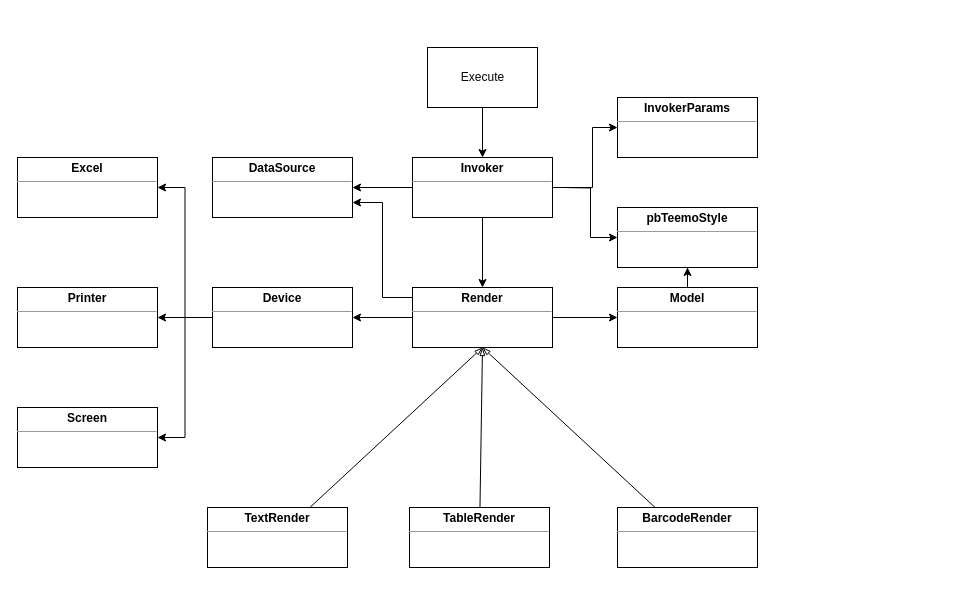
mashifei/uml keeps this draw.io diagram as page "Page-5" (5 of 5) of teemoactivex.drawio. Above is the earlier version. Source tidied: cells renumbered, new cells numbered last; positions are measured from the earlier drawing's top-left corner, leaving out a move shared by most shapes. Both pictures are drawn from the tidied source at 100%, with x=0, y=0 at pixel (17, 47).
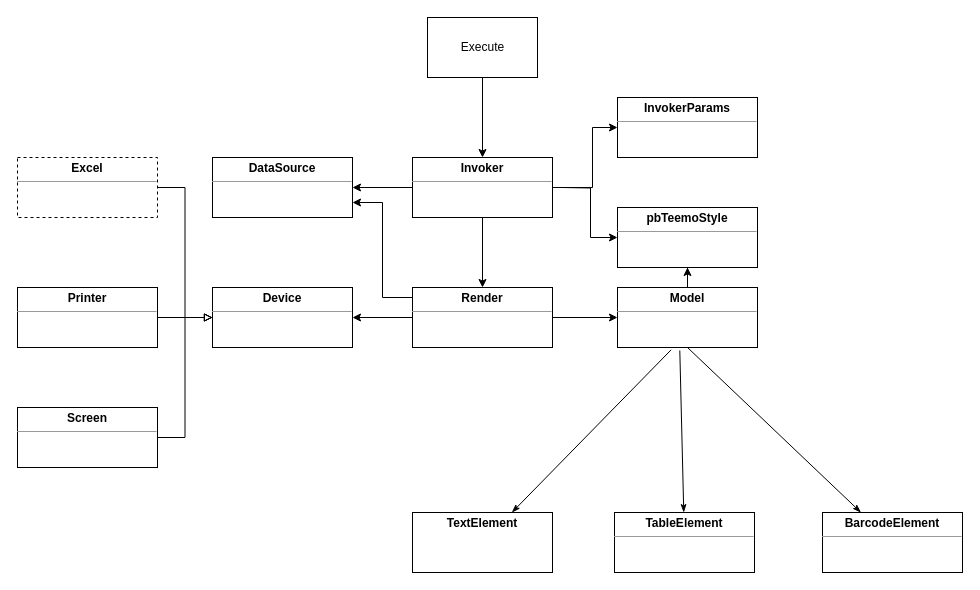
After the change.

Unchanged cells that the change refers to:
```xml
<mxCell id="13" value="&lt;p style=&quot;margin: 0px ; margin-top: 4px ; text-align: center&quot;&gt;&lt;b&gt;Render&lt;/b&gt;&lt;/p&gt;&lt;hr size=&quot;1&quot;&gt;&lt;div style=&quot;height: 2px&quot;&gt;&lt;/div&gt;" style="verticalAlign=top;align=left;overflow=fill;fontSize=12;fontFamily=Helvetica;html=1;" parent="1" vertex="1">
  <mxGeometry x="395" y="240" width="140" height="60" as="geometry" />
</mxCell>
<mxCell id="24" value="&lt;p style=&quot;margin: 0px ; margin-top: 4px ; text-align: center&quot;&gt;&lt;b&gt;Device&lt;/b&gt;&lt;/p&gt;&lt;hr size=&quot;1&quot;&gt;&lt;div style=&quot;height: 2px&quot;&gt;&lt;/div&gt;" style="verticalAlign=top;align=left;overflow=fill;fontSize=12;fontFamily=Helvetica;html=1;" parent="1" vertex="1">
  <mxGeometry x="195" y="240" width="140" height="60" as="geometry" />
</mxCell>
<mxCell id="26" value="&lt;p style=&quot;margin: 0px ; margin-top: 4px ; text-align: center&quot;&gt;&lt;b&gt;Model&lt;/b&gt;&lt;/p&gt;&lt;hr size=&quot;1&quot;&gt;&lt;div style=&quot;height: 2px&quot;&gt;&lt;/div&gt;" style="verticalAlign=top;align=left;overflow=fill;fontSize=12;fontFamily=Helvetica;html=1;" parent="1" vertex="1">
  <mxGeometry x="600" y="240" width="140" height="60" as="geometry" />
</mxCell>
<mxCell id="29" value="&lt;p style=&quot;margin: 0px ; margin-top: 4px ; text-align: center&quot;&gt;&lt;b&gt;Printer&lt;/b&gt;&lt;/p&gt;&lt;hr size=&quot;1&quot;&gt;&lt;div style=&quot;height: 2px&quot;&gt;&lt;/div&gt;" style="verticalAlign=top;align=left;overflow=fill;fontSize=12;fontFamily=Helvetica;html=1;" parent="1" vertex="1">
  <mxGeometry y="240" width="140" height="60" as="geometry" />
</mxCell>
<mxCell id="30" value="&lt;p style=&quot;margin: 0px ; margin-top: 4px ; text-align: center&quot;&gt;&lt;b&gt;Screen&lt;/b&gt;&lt;/p&gt;&lt;hr size=&quot;1&quot;&gt;&lt;div style=&quot;height: 2px&quot;&gt;&lt;/div&gt;" style="verticalAlign=top;align=left;overflow=fill;fontSize=12;fontFamily=Helvetica;html=1;" parent="1" vertex="1">
  <mxGeometry y="360" width="140" height="60" as="geometry" />
</mxCell>
```

Diff of the diagram source:
```diff
@@
     <mxCell id="3" value="Execute" style="html=1;" parent="1" vertex="1">
-      <mxGeometry x="410" width="110" height="60" as="geometry" />
+      <mxGeometry x="410" y="-30" width="110" height="60" as="geometry" />
     </mxCell>
@@
-    <mxCell id="15" style="rounded=0;jettySize=auto;html=1;entryX=0.5;entryY=1;entryDx=0;entryDy=0;endArrow=blockThin;endFill=0;" parent="1" edge="1" source="16" target="13">
+    <mxCell id="15" style="rounded=0;jettySize=auto;html=1;entryX=0.383;entryY=1.039;entryDx=0;entryDy=0;endArrow=none;endFill=0;entryPerimeter=0;startArrow=classicThin;startFill=1;" parent="1" edge="1" source="16" target="26">
       <mxGeometry relative="1" as="geometry" />
     </mxCell>
-    <mxCell id="16" value="&lt;p style=&quot;margin: 0px ; margin-top: 4px ; text-align: center&quot;&gt;&lt;b&gt;TextRender&lt;/b&gt;&lt;/p&gt;&lt;hr size=&quot;1&quot;&gt;&lt;div style=&quot;height: 2px&quot;&gt;&lt;/div&gt;" style="verticalAlign=top;align=left;overflow=fill;fontSize=12;fontFamily=Helvetica;html=1;" parent="1" vertex="1">
-      <mxGeometry x="190" y="460" width="140" height="60" as="geometry" />
+    <mxCell id="16" value="&lt;p style=&quot;margin: 0px ; margin-top: 4px ; text-align: center&quot;&gt;&lt;b&gt;TextElement&lt;/b&gt;&lt;/p&gt;" style="verticalAlign=top;align=left;overflow=fill;fontSize=12;fontFamily=Helvetica;html=1;" parent="1" vertex="1">
+      <mxGeometry x="395" y="465" width="140" height="60" as="geometry" />
     </mxCell>
-    <mxCell id="17" style="rounded=0;jettySize=auto;html=1;entryX=0.5;entryY=1;entryDx=0;entryDy=0;endArrow=blockThin;endFill=0;" parent="1" edge="1" source="18" target="13">
+    <mxCell id="17" style="rounded=0;jettySize=auto;html=1;entryX=0.445;entryY=1.05;entryDx=0;entryDy=0;endArrow=none;endFill=0;entryPerimeter=0;startArrow=classicThin;startFill=1;" parent="1" edge="1" source="18" target="26">
       <mxGeometry relative="1" as="geometry" />
     </mxCell>
-    <mxCell id="18" value="&lt;p style=&quot;margin: 0px ; margin-top: 4px ; text-align: center&quot;&gt;&lt;b&gt;TableRender&lt;/b&gt;&lt;/p&gt;&lt;hr size=&quot;1&quot;&gt;&lt;div style=&quot;height: 2px&quot;&gt;&lt;/div&gt;" style="verticalAlign=top;align=left;overflow=fill;fontSize=12;fontFamily=Helvetica;html=1;" parent="1" vertex="1">
-      <mxGeometry x="392" y="460" width="140" height="60" as="geometry" />
+    <mxCell id="18" value="&lt;p style=&quot;margin: 0px ; margin-top: 4px ; text-align: center&quot;&gt;&lt;b&gt;TableElement&lt;/b&gt;&lt;/p&gt;&lt;hr size=&quot;1&quot;&gt;&lt;div style=&quot;height: 2px&quot;&gt;&lt;/div&gt;" style="verticalAlign=top;align=left;overflow=fill;fontSize=12;fontFamily=Helvetica;html=1;" parent="1" vertex="1">
+      <mxGeometry x="597" y="465" width="140" height="60" as="geometry" />
     </mxCell>
-    <mxCell id="19" style="rounded=0;jettySize=auto;html=1;entryX=0.5;entryY=1;entryDx=0;entryDy=0;endArrow=blockThin;endFill=0;" parent="1" edge="1" source="20" target="13">
+    <mxCell id="19" style="rounded=0;jettySize=auto;html=1;endArrow=none;endFill=0;entryX=0.5;entryY=1;entryDx=0;entryDy=0;startArrow=classicThin;startFill=1;" parent="1" edge="1" source="20" target="26">
       <mxGeometry relative="1" as="geometry" />
     </mxCell>
-    <mxCell id="20" value="&lt;p style=&quot;margin: 0px ; margin-top: 4px ; text-align: center&quot;&gt;&lt;b&gt;BarcodeRender&lt;/b&gt;&lt;/p&gt;&lt;hr size=&quot;1&quot;&gt;&lt;div style=&quot;height: 2px&quot;&gt;&lt;/div&gt;" style="verticalAlign=top;align=left;overflow=fill;fontSize=12;fontFamily=Helvetica;html=1;" parent="1" vertex="1">
-      <mxGeometry x="600" y="460" width="140" height="60" as="geometry" />
+    <mxCell id="20" value="&lt;p style=&quot;margin: 0px ; margin-top: 4px ; text-align: center&quot;&gt;&lt;b&gt;BarcodeElement&lt;/b&gt;&lt;/p&gt;&lt;hr size=&quot;1&quot;&gt;&lt;div style=&quot;height: 2px&quot;&gt;&lt;/div&gt;" style="verticalAlign=top;align=left;overflow=fill;fontSize=12;fontFamily=Helvetica;html=1;" parent="1" vertex="1">
+      <mxGeometry x="805" y="465" width="140" height="60" as="geometry" />
     </mxCell>
-    <mxCell id="21" style="edgeStyle=orthogonalEdgeStyle;rounded=0;jettySize=auto;html=1;entryX=1;entryY=0.5;entryDx=0;entryDy=0;" parent="1" edge="1" source="24" target="28">
-      <mxGeometry relative="1" as="geometry" />
-    </mxCell>
-    <mxCell id="22" style="edgeStyle=orthogonalEdgeStyle;rounded=0;jettySize=auto;html=1;entryX=1;entryY=0.5;entryDx=0;entryDy=0;" parent="1" edge="1" source="24" target="29">
-      <mxGeometry relative="1" as="geometry" />
-    </mxCell>
-    <mxCell id="23" style="edgeStyle=orthogonalEdgeStyle;rounded=0;jettySize=auto;html=1;entryX=1;entryY=0.5;entryDx=0;entryDy=0;" parent="1" edge="1" source="24" target="30">
-      <mxGeometry relative="1" as="geometry" />
-    </mxCell>
@@
+    <mxCell id="31" style="edgeStyle=orthogonalEdgeStyle;rounded=0;jettySize=auto;html=1;entryX=0;entryY=0.5;entryDx=0;entryDy=0;endArrow=block;endFill=0;" parent="1" edge="1" source="28" target="24">
+      <mxGeometry relative="1" as="geometry" />
+    </mxCell>
-    <mxCell id="28" value="&lt;p style=&quot;margin: 0px ; margin-top: 4px ; text-align: center&quot;&gt;&lt;b&gt;Excel&lt;/b&gt;&lt;/p&gt;&lt;hr size=&quot;1&quot;&gt;&lt;div style=&quot;height: 2px&quot;&gt;&lt;/div&gt;" style="verticalAlign=top;align=left;overflow=fill;fontSize=12;fontFamily=Helvetica;html=1;" parent="1" vertex="1">
+    <mxCell id="28" value="&lt;p style=&quot;margin: 0px ; margin-top: 4px ; text-align: center&quot;&gt;&lt;b&gt;Excel&lt;/b&gt;&lt;/p&gt;&lt;hr size=&quot;1&quot;&gt;&lt;div style=&quot;height: 2px&quot;&gt;&lt;/div&gt;" style="verticalAlign=top;align=left;overflow=fill;fontSize=12;fontFamily=Helvetica;html=1;dashed=1;" parent="1" vertex="1">
       <mxGeometry y="110" width="140" height="60" as="geometry" />
     </mxCell>
+    <mxCell id="32" style="edgeStyle=orthogonalEdgeStyle;rounded=0;jettySize=auto;html=1;entryX=0;entryY=0.5;entryDx=0;entryDy=0;endArrow=block;endFill=0;" parent="1" edge="1" source="29" target="24">
+      <mxGeometry relative="1" as="geometry" />
+    </mxCell>
@@
+    <mxCell id="33" style="edgeStyle=orthogonalEdgeStyle;rounded=0;jettySize=auto;html=1;entryX=0;entryY=0.5;entryDx=0;entryDy=0;endArrow=block;endFill=0;" parent="1" edge="1" source="30" target="24">
+      <mxGeometry relative="1" as="geometry" />
+    </mxCell>
```
